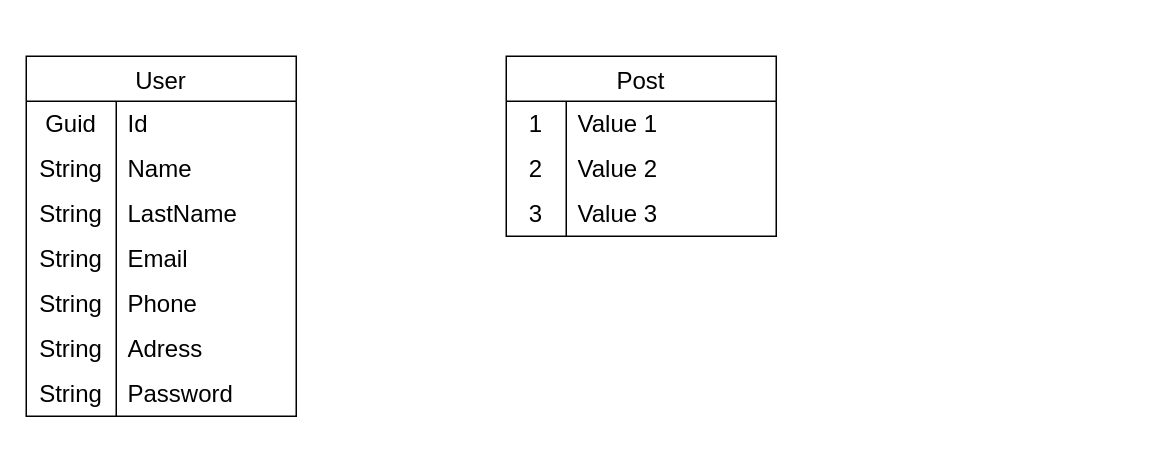
Before: Diagrama sin título.drawio in reuht/Mydiagrams, a draw.io diagram. Source tidied: cells renumbered, new cells numbered last; positions are measured from the earlier drawing's top-left corner, leaving out a move shared by most shapes. Both pictures are drawn from the tidied source at 150%, with x=0, y=0 at pixel (26, 56).
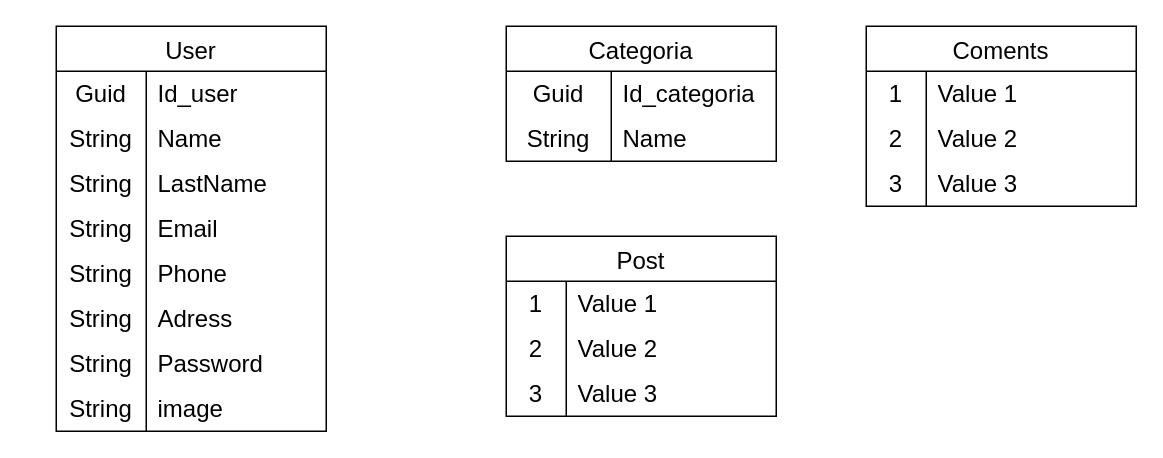
After the change.

Unchanged cells that the change refers to:
```xml
<mxCell id="3" style="shape=tableRow;horizontal=0;startSize=0;swimlaneHead=0;swimlaneBody=0;top=0;left=0;bottom=0;right=0;fillColor=none;strokeColor=inherit;fontSize=16;" parent="2" vertex="1">
  <mxGeometry y="30" width="180" height="30" as="geometry" />
</mxCell>
```

What changed in the source:
```diff
@@
     <mxCell id="2" value="User" style="shape=table;startSize=30;childLayout=tableLayout;rowLines=0;fontStyle=0;strokeColor=default;fontSize=16;" parent="1" vertex="1">
-      <mxGeometry width="180" height="240" as="geometry" />
+      <mxGeometry x="20" y="-20" width="180" height="270" as="geometry" />
     </mxCell>
@@
-    <mxCell id="5" value="Id" style="shape=partialRectangle;html=1;whiteSpace=wrap;fillColor=none;top=0;left=0;bottom=0;right=0;align=left;spacingLeft=6;overflow=hidden;strokeColor=inherit;fontSize=16;" parent="3" vertex="1">
+    <mxCell id="5" value="Id_user" style="shape=partialRectangle;html=1;whiteSpace=wrap;fillColor=none;top=0;left=0;bottom=0;right=0;align=left;spacingLeft=6;overflow=hidden;strokeColor=inherit;fontSize=16;" parent="3" vertex="1">
       <mxGeometry x="60" width="120" height="30" as="geometry" />
     </mxCell>
@@
+    <mxCell id="34" style="shape=tableRow;horizontal=0;startSize=0;swimlaneHead=0;swimlaneBody=0;top=0;left=0;bottom=0;right=0;fillColor=none;strokeColor=inherit;fontSize=16;" parent="2" vertex="1">
+      <mxGeometry y="240" width="180" height="30" as="geometry" />
+    </mxCell>
+    <mxCell id="35" value="String" style="shape=partialRectangle;html=1;whiteSpace=wrap;fillColor=none;top=0;left=0;bottom=0;right=0;overflow=hidden;strokeColor=inherit;fontSize=16;" parent="34" vertex="1">
+      <mxGeometry width="60" height="30" as="geometry" />
+    </mxCell>
+    <mxCell id="36" value="image" style="shape=partialRectangle;html=1;whiteSpace=wrap;fillColor=none;top=0;left=0;bottom=0;right=0;align=left;spacingLeft=6;overflow=hidden;strokeColor=inherit;fontSize=16;" parent="34" vertex="1">
+      <mxGeometry x="60" width="120" height="30" as="geometry" />
+    </mxCell>
     <mxCell id="24" value="Post" style="shape=table;startSize=30;childLayout=tableLayout;rowLines=0;fontStyle=0;strokeColor=default;fontSize=16;" parent="1" vertex="1">
-      <mxGeometry x="320" width="180" height="120" as="geometry" />
+      <mxGeometry x="320" y="120" width="180" height="120" as="geometry" />
     </mxCell>
@@
+    <mxCell id="37" value="Categoria" style="shape=table;startSize=30;childLayout=tableLayout;rowLines=0;fontStyle=0;strokeColor=default;fontSize=16;" parent="1" vertex="1">
+      <mxGeometry x="320" y="-20" width="180" height="90" as="geometry" />
+    </mxCell>
+    <mxCell id="38" style="shape=tableRow;horizontal=0;startSize=0;swimlaneHead=0;swimlaneBody=0;top=0;left=0;bottom=0;right=0;fillColor=none;strokeColor=inherit;fontSize=16;" parent="37" vertex="1">
+      <mxGeometry y="30" width="180" height="30" as="geometry" />
+    </mxCell>
+    <mxCell id="39" value="Guid" style="shape=partialRectangle;html=1;whiteSpace=wrap;fillColor=none;top=0;left=0;bottom=0;right=0;overflow=hidden;strokeColor=inherit;fontSize=16;" parent="38" vertex="1">
+      <mxGeometry width="70" height="30" as="geometry" />
+    </mxCell>
+    <mxCell id="40" value="Id_categoria" style="shape=partialRectangle;html=1;whiteSpace=wrap;fillColor=none;top=0;left=0;bottom=0;right=0;align=left;spacingLeft=6;overflow=hidden;strokeColor=inherit;fontSize=16;" parent="38" vertex="1">
+      <mxGeometry x="70" width="110" height="30" as="geometry" />
+    </mxCell>
+    <mxCell id="41" style="shape=tableRow;horizontal=0;startSize=0;swimlaneHead=0;swimlaneBody=0;top=0;left=0;bottom=0;right=0;fillColor=none;strokeColor=inherit;fontSize=16;" parent="37" vertex="1">
+      <mxGeometry y="60" width="180" height="30" as="geometry" />
+    </mxCell>
+    <mxCell id="42" value="String" style="shape=partialRectangle;html=1;whiteSpace=wrap;fillColor=none;top=0;left=0;bottom=0;right=0;overflow=hidden;strokeColor=inherit;fontSize=16;" parent="41" vertex="1">
+      <mxGeometry width="70" height="30" as="geometry" />
+    </mxCell>
+    <mxCell id="43" value="Name" style="shape=partialRectangle;html=1;whiteSpace=wrap;fillColor=none;top=0;left=0;bottom=0;right=0;align=left;spacingLeft=6;overflow=hidden;strokeColor=inherit;fontSize=16;" parent="41" vertex="1">
+      <mxGeometry x="70" width="110" height="30" as="geometry" />
+    </mxCell>
+    <mxCell id="44" value="Coments" style="shape=table;startSize=30;childLayout=tableLayout;rowLines=0;fontStyle=0;strokeColor=default;fontSize=16;" parent="1" vertex="1">
+      <mxGeometry x="560" y="-20" width="180" height="120" as="geometry" />
+    </mxCell>
+    <mxCell id="45" style="shape=tableRow;horizontal=0;startSize=0;swimlaneHead=0;swimlaneBody=0;top=0;left=0;bottom=0;right=0;fillColor=none;strokeColor=inherit;fontSize=16;" parent="44" vertex="1">
+      <mxGeometry y="30" width="180" height="30" as="geometry" />
+    </mxCell>
+    <mxCell id="46" value="1" style="shape=partialRectangle;html=1;whiteSpace=wrap;fillColor=none;top=0;left=0;bottom=0;right=0;overflow=hidden;strokeColor=inherit;fontSize=16;" parent="45" vertex="1">
+      <mxGeometry width="40" height="30" as="geometry" />
+    </mxCell>
+    <mxCell id="47" value="Value 1" style="shape=partialRectangle;html=1;whiteSpace=wrap;fillColor=none;top=0;left=0;bottom=0;right=0;align=left;spacingLeft=6;overflow=hidden;strokeColor=inherit;fontSize=16;" parent="45" vertex="1">
+      <mxGeometry x="40" width="140" height="30" as="geometry" />
+    </mxCell>
+    <mxCell id="48" style="shape=tableRow;horizontal=0;startSize=0;swimlaneHead=0;swimlaneBody=0;top=0;left=0;bottom=0;right=0;fillColor=none;strokeColor=inherit;fontSize=16;" parent="44" vertex="1">
+      <mxGeometry y="60" width="180" height="30" as="geometry" />
+    </mxCell>
+    <mxCell id="49" value="2" style="shape=partialRectangle;html=1;whiteSpace=wrap;fillColor=none;top=0;left=0;bottom=0;right=0;overflow=hidden;strokeColor=inherit;fontSize=16;" parent="48" vertex="1">
+      <mxGeometry width="40" height="30" as="geometry" />
+    </mxCell>
+    <mxCell id="50" value="Value 2" style="shape=partialRectangle;html=1;whiteSpace=wrap;fillColor=none;top=0;left=0;bottom=0;right=0;align=left;spacingLeft=6;overflow=hidden;strokeColor=inherit;fontSize=16;" parent="48" vertex="1">
+      <mxGeometry x="40" width="140" height="30" as="geometry" />
+    </mxCell>
+    <mxCell id="51" style="shape=tableRow;horizontal=0;startSize=0;swimlaneHead=0;swimlaneBody=0;top=0;left=0;bottom=0;right=0;fillColor=none;strokeColor=inherit;fontSize=16;" parent="44" vertex="1">
+      <mxGeometry y="90" width="180" height="30" as="geometry" />
+    </mxCell>
+    <mxCell id="52" value="3" style="shape=partialRectangle;html=1;whiteSpace=wrap;fillColor=none;top=0;left=0;bottom=0;right=0;overflow=hidden;strokeColor=inherit;fontSize=16;" parent="51" vertex="1">
+      <mxGeometry width="40" height="30" as="geometry" />
+    </mxCell>
+    <mxCell id="53" value="Value 3" style="shape=partialRectangle;html=1;whiteSpace=wrap;fillColor=none;top=0;left=0;bottom=0;right=0;align=left;spacingLeft=6;overflow=hidden;strokeColor=inherit;fontSize=16;" parent="51" vertex="1">
+      <mxGeometry x="40" width="140" height="30" as="geometry" />
+    </mxCell>
```
